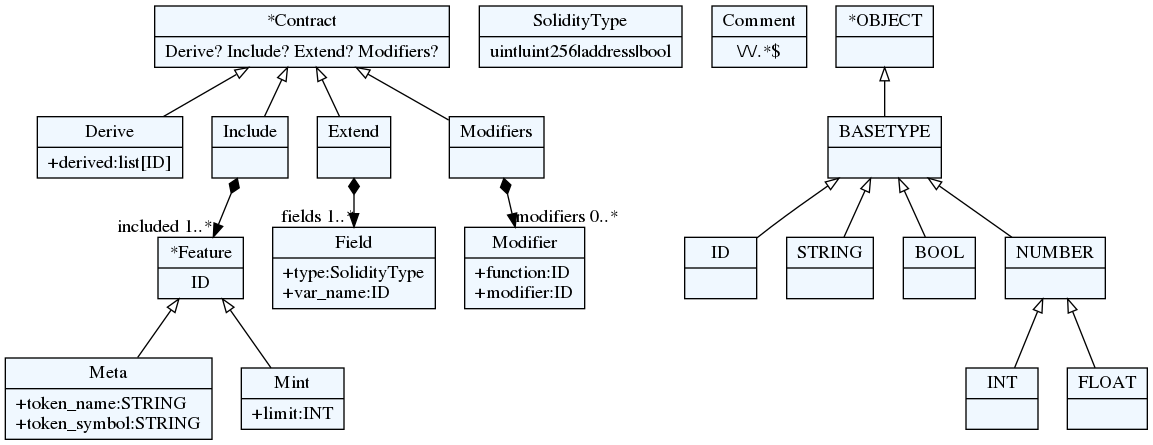
Above: dsl/grammar.tx.dot.png in DanChirtoaca/nfty (Graphviz), before the change. Its source is kept beside it as dsl/grammar.tx.dot.
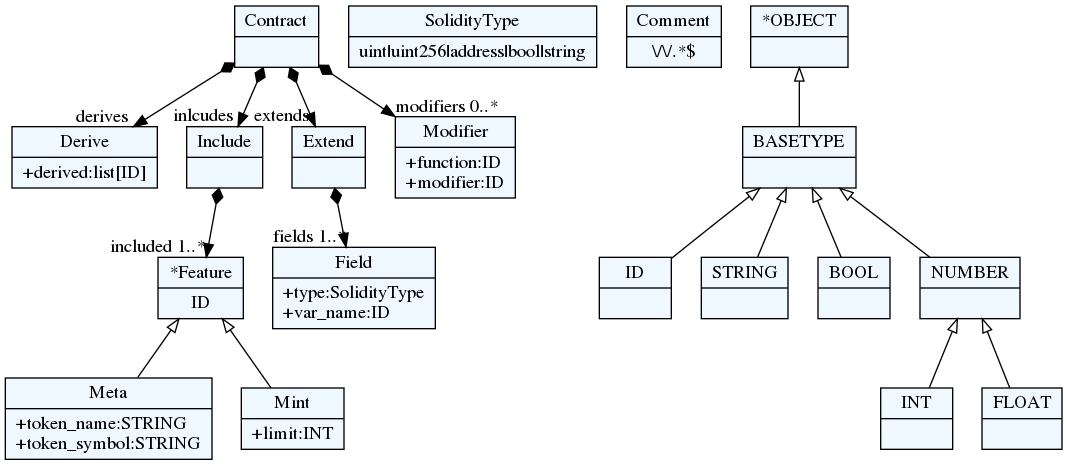
The same diagram one commit later.

Commit message:
Fix grammar to be properly parsed by textX

The edit, as a diff of the source:
```diff
@@ -10,61 +10,58 @@
     edge[dir=black,arrowtail=empty]
 
 
-18407992[ label="{*Contract|Derive\? Include\? Extend\? Modifiers\?}"]
-18407992 -> 18391384 [dir=back]
-18407992 -> 16374360 [dir=back]
-18407992 -> 16379304 [dir=back]
-18407992 -> 18652600 [dir=back]
+24404808 -> 24388200[arrowtail=diamond, dir=both, headlabel="derives "]
+24404808 -> 22370904[arrowtail=diamond, dir=both, headlabel="inlcudes "]
+24404808 -> 22375848[arrowtail=diamond, dir=both, headlabel="extends "]
+24404808 -> 24640376[arrowtail=diamond, dir=both, headlabel="modifiers 0..*"]
+24404808[ label="{Contract|}"]
 
-18391384[ label="{Derive|+derived:list[ID]\l}"]
+24388200[ label="{Derive|+derived:list[ID]\l}"]
 
-16374360 -> 18655544[arrowtail=diamond, dir=both, headlabel="included 1..*"]
-16374360[ label="{Include|}"]
+22370904 -> 24645320[arrowtail=diamond, dir=both, headlabel="included 1..*"]
+22370904[ label="{Include|}"]
 
-16379304 -> 18665432[arrowtail=diamond, dir=both, headlabel="fields 1..*"]
-16379304[ label="{Extend|}"]
+22375848 -> 24410344[arrowtail=diamond, dir=both, headlabel="fields 1..*"]
+22375848[ label="{Extend|}"]
 
-18652600 -> 18657544[arrowtail=diamond, dir=both, headlabel="modifiers 0..*"]
-18652600[ label="{Modifiers|}"]
+24640376[ label="{Modifier|+function:ID\l+modifier:ID\l}"]
 
-18657544[ label="{Modifier|+function:ID\l+modifier:ID\l}"]
+24645320[ label="{*Feature|ID}"]
+24645320 -> 22373848 [dir=back]
+24645320 -> 24650264 [dir=back]
 
-18655544[ label="{*Feature|ID}"]
-18655544 -> 16373304 [dir=back]
-18655544 -> 16372360 [dir=back]
+24650264[ label="{Mint|+limit:INT\l}"]
 
-16372360[ label="{Mint|+limit:INT\l}"]
+22373848[ label="{Meta|+token_name:STRING\l+token_symbol:STRING\l}"]
 
-16373304[ label="{Meta|+token_name:STRING\l+token_symbol:STRING\l}"]
+24410344[ label="{Field|+type:SolidityType\l+var_name:ID\l}"]
 
-18665432[ label="{Field|+type:SolidityType\l+var_name:ID\l}"]
+24653320[ label="{SolidityType|uint\|uint256\|address\|bool\|string}"]
 
-18671496[ label="{SolidityType|uint\|uint256\|address\|bool}"]
+24659384[ label="{Comment|\\/\\/.*$}"]
 
-18676440[ label="{Comment|\\/\\/.*$}"]
+24385256[ label="{ID|}"]
 
-18388440[ label="{ID|}"]
+24390200[ label="{STRING|}"]
 
-18393384[ label="{STRING|}"]
+24395736[ label="{BOOL|}"]
 
-18398920[ label="{BOOL|}"]
+24401272[ label="{INT|}"]
 
-18404456[ label="{INT|}"]
+24406808[ label="{FLOAT|}"]
 
-18409992[ label="{FLOAT|}"]
+24412344[ label="{NUMBER|}"]
+24412344 -> 24406808 [dir=back]
+24412344 -> 24401272 [dir=back]
 
-18415528[ label="{NUMBER|}"]
-18415528 -> 18409992 [dir=back]
-18415528 -> 18404456 [dir=back]
+24417880[ label="{BASETYPE|}"]
+24417880 -> 24412344 [dir=back]
+24417880 -> 24395736 [dir=back]
+24417880 -> 24385256 [dir=back]
+24417880 -> 24390200 [dir=back]
 
-18421064[ label="{BASETYPE|}"]
-18421064 -> 18415528 [dir=back]
-18421064 -> 18398920 [dir=back]
-18421064 -> 18388440 [dir=back]
-18421064 -> 18393384 [dir=back]
-
-18427192[ label="{*OBJECT|}"]
-18427192 -> 18421064 [dir=back]
+24424008[ label="{*OBJECT|}"]
+24424008 -> 24417880 [dir=back]
 
 
 }
```
